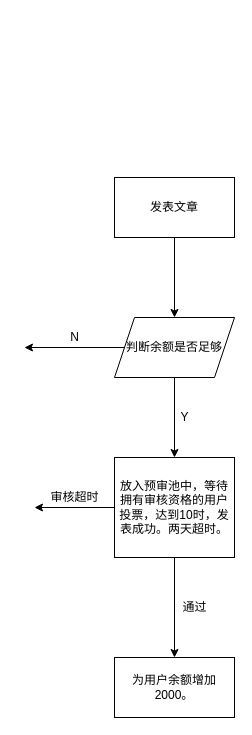
Earlier version of the draw.io diagram page "发布" (1 of 3) of design/article.dio (zzztttkkk/glass). Source tidied: cells renumbered, new cells numbered last; positions are measured from the earlier drawing's top-left corner, leaving out a move shared by most shapes. Both pictures are drawn from the tidied source at 100%, with x=0, y=0 at pixel (24, 177).
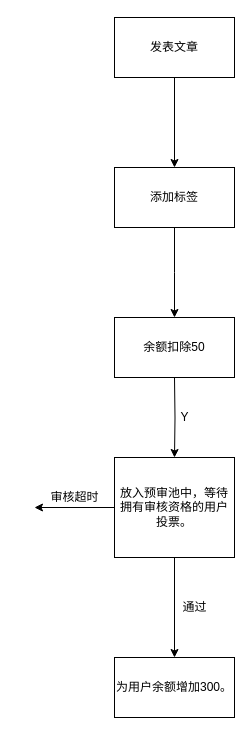
Above is the later version.

The edit, as a diff of the source:
```diff
@@
 <mxGraphModel>
   <root>
     <mxCell id="0" />
     <mxCell id="1" parent="0" />
-    <mxCell id="2" style="edgeStyle=orthogonalEdgeStyle;rounded=0;jettySize=auto;html=1;" parent="1" edge="1" source="3" target="6">
-      <mxGeometry relative="1" as="geometry" />
-    </mxCell>
+    <mxCell id="15" style="edgeStyle=orthogonalEdgeStyle;rounded=0;jettySize=auto;html=1;" parent="1" edge="1" source="3" target="17">
+      <mxGeometry relative="1" as="geometry" />
+    </mxCell>
     <mxCell id="3" value="发表文章" style="whiteSpace=wrap;html=1;" parent="1" vertex="1">
-      <mxGeometry x="90" width="120" height="60" as="geometry" />
+      <mxGeometry x="90" y="-160" width="120" height="60" as="geometry" />
     </mxCell>
-    <mxCell id="4" style="edgeStyle=orthogonalEdgeStyle;rounded=0;jettySize=auto;html=1;" parent="1" edge="1" source="6" target="9">
-      <mxGeometry relative="1" as="geometry" />
+    <mxCell id="4" style="edgeStyle=orthogonalEdgeStyle;rounded=0;jettySize=auto;html=1;" parent="1" edge="1" target="9">
+      <mxGeometry relative="1" as="geometry">
+        <mxPoint x="150" y="200" as="sourcePoint" />
+      </mxGeometry>
     </mxCell>
-    <mxCell id="5" style="edgeStyle=orthogonalEdgeStyle;rounded=0;jettySize=auto;html=1;" parent="1" edge="1" source="6">
-      <mxGeometry relative="1" as="geometry">
-        <mxPoint y="170" as="targetPoint" />
-      </mxGeometry>
-    </mxCell>
-    <mxCell id="6" value="判断余额是否足够" style="shape=parallelogram;perimeter=parallelogramPerimeter;whiteSpace=wrap;html=1;fixedSize=1;" parent="1" vertex="1">
-      <mxGeometry x="90" y="140" width="120" height="60" as="geometry" />
-    </mxCell>
     <mxCell id="7" style="edgeStyle=orthogonalEdgeStyle;rounded=0;jettySize=auto;html=1;" parent="1" edge="1" source="9">
       <mxGeometry relative="1" as="geometry">
         <mxPoint x="10" y="330" as="targetPoint" />
       </mxGeometry>
     </mxCell>
     <mxCell id="8" style="edgeStyle=orthogonalEdgeStyle;rounded=0;jettySize=auto;html=1;" parent="1" edge="1" source="9" target="13">
       <mxGeometry relative="1" as="geometry" />
     </mxCell>
-    <mxCell id="9" value="放入预审池中，等待拥有审核资格的用户投票，达到10时，发表成功。两天超时。" style="whiteSpace=wrap;html=1;" parent="1" vertex="1">
+    <mxCell id="9" value="放入预审池中，等待拥有审核资格的用户投票。" style="whiteSpace=wrap;html=1;" parent="1" vertex="1">
       <mxGeometry x="90" y="280" width="120" height="100" as="geometry" />
     </mxCell>
     <mxCell id="10" value="Y" style="text;html=1;align=center;verticalAlign=middle;" parent="1" vertex="1">
       <mxGeometry x="150" y="230" width="20" height="20" as="geometry" />
     </mxCell>
-    <mxCell id="11" value="N" style="text;html=1;align=center;verticalAlign=middle;" parent="1" vertex="1">
-      <mxGeometry x="40" y="150" width="20" height="20" as="geometry" />
-    </mxCell>
     <mxCell id="12" value="审核超时" style="text;html=1;align=center;verticalAlign=middle;" parent="1" vertex="1">
       <mxGeometry x="20" y="310" width="60" height="20" as="geometry" />
     </mxCell>
-    <mxCell id="13" value="为用户余额增加2000。" style="whiteSpace=wrap;html=1;" parent="1" vertex="1">
+    <mxCell id="13" value="为用户余额增加300。" style="whiteSpace=wrap;html=1;" parent="1" vertex="1">
       <mxGeometry x="90" y="480" width="120" height="60" as="geometry" />
     </mxCell>
     <mxCell id="14" value="通过" style="text;html=1;align=center;verticalAlign=middle;" parent="1" vertex="1">
       <mxGeometry x="150" y="420" width="40" height="20" as="geometry" />
     </mxCell>
+    <mxCell id="16" style="edgeStyle=orthogonalEdgeStyle;rounded=0;jettySize=auto;html=1;" parent="1" edge="1" source="17">
+      <mxGeometry relative="1" as="geometry">
+        <mxPoint x="150" y="140" as="targetPoint" />
+      </mxGeometry>
+    </mxCell>
+    <mxCell id="17" value="添加标签" style="whiteSpace=wrap;html=1;" parent="1" vertex="1">
+      <mxGeometry x="90" y="-10" width="120" height="60" as="geometry" />
+    </mxCell>
+    <mxCell id="18" value="余额扣除50" style="whiteSpace=wrap;html=1;" parent="1" vertex="1">
+      <mxGeometry x="90" y="140" width="120" height="60" as="geometry" />
+    </mxCell>
   </root>
 </mxGraphModel>
```
